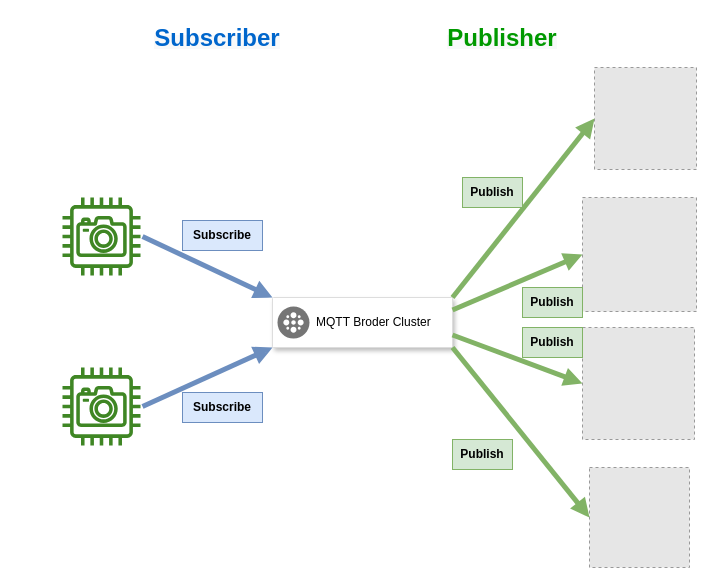
sun873087/drawio keeps this draw.io diagram as RTSP_MQTT_framework.drawio. Above is the earlier version. Source tidied: cells renumbered, new cells numbered last; positions are measured from the earlier drawing's top-left corner, leaving out a move shared by most shapes. Both pictures are drawn from the tidied source at 100%, with x=0, y=0 at pixel (62, 17). Pictures stored in the file or linked from it are replaced by grey dashed boxes.
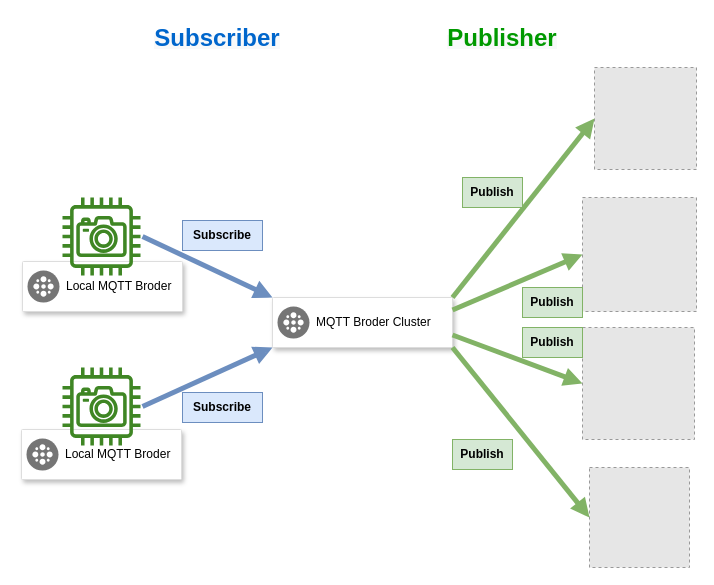
Above is the later version.

Change to the diagram source:
```diff
@@
+    <mxCell id="24" style="strokeColor=#dddddd;shadow=1;strokeWidth=1;rounded=1;absoluteArcSize=1;arcSize=2;" parent="1" vertex="1">
+      <mxGeometry x="-41" y="412" width="160" height="50" as="geometry" />
+    </mxCell>
+    <mxCell id="25" value="&lt;div style=&quot;text-align: center;&quot;&gt;&lt;span style=&quot;background-color: initial;&quot;&gt;Local MQTT&amp;nbsp;&lt;/span&gt;&lt;span style=&quot;background-color: initial;&quot;&gt;Broder&lt;/span&gt;&lt;/div&gt;" style="sketch=0;dashed=0;html=1;fillColor=#757575;strokeColor=none;shape=mxgraph.gcp2.cluster;labelPosition=right;verticalLabelPosition=middle;align=left;verticalAlign=middle;spacingLeft=5;fontSize=12;" parent="24" vertex="1">
+      <mxGeometry y="0.5" width="32" height="32" relative="1" as="geometry">
+        <mxPoint x="5" y="-16" as="offset" />
+      </mxGeometry>
+    </mxCell>
+    <mxCell id="26" style="strokeColor=#dddddd;shadow=1;strokeWidth=1;rounded=1;absoluteArcSize=1;arcSize=2;" parent="1" vertex="1">
+      <mxGeometry x="-40" y="244" width="160" height="50" as="geometry" />
+    </mxCell>
+    <mxCell id="27" value="&lt;div style=&quot;text-align: center;&quot;&gt;&lt;span style=&quot;background-color: initial;&quot;&gt;Local MQTT&amp;nbsp;&lt;/span&gt;&lt;span style=&quot;background-color: initial;&quot;&gt;Broder&lt;/span&gt;&lt;/div&gt;" style="sketch=0;dashed=0;html=1;fillColor=#757575;strokeColor=none;shape=mxgraph.gcp2.cluster;labelPosition=right;verticalLabelPosition=middle;align=left;verticalAlign=middle;spacingLeft=5;fontSize=12;" parent="26" vertex="1">
+      <mxGeometry y="0.5" width="32" height="32" relative="1" as="geometry">
+        <mxPoint x="5" y="-16" as="offset" />
+      </mxGeometry>
+    </mxCell>
```
